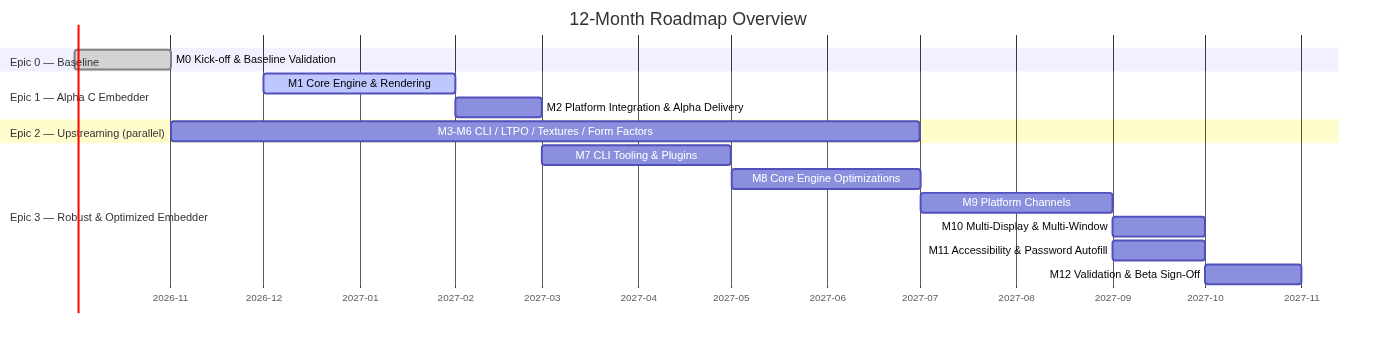
Earlier version of the Mermaid export conferences/oniro-prague-2026/images/roadmap-overview.png (davidinux/pub). Its source is kept beside it as conferences/oniro-prague-2026/diagrams/roadmap-overview.mmd.
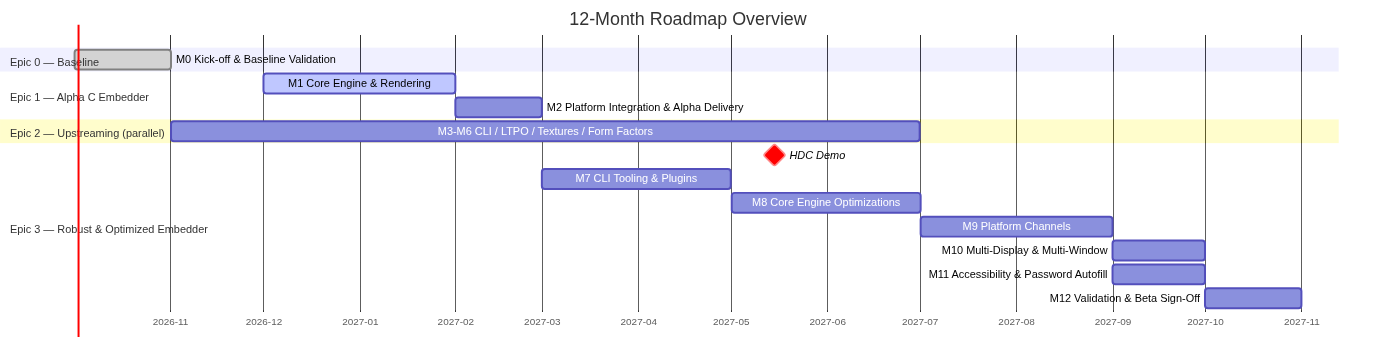
Later version of the same file.

Commit message:
Add highlighted HDC demo milestone (May 2027) to roadmap gantt

Diff of the diagram source:
```diff
@@ -10,6 +10,7 @@
     section Epic 2 — Upstreaming (parallel)
     M3-M6 CLI / LTPO / Textures / Form Factors :m3, 2026-11-01, 8M
     section Epic 3 — Robust & Optimized Embedder
+    HDC Demo :crit, milestone, hdc, 2027-05-15, 0d
     M7 CLI Tooling & Plugins :m7, 2027-03-01, 2M
     M8 Core Engine Optimizations :m8, 2027-05-01, 2M
     M9 Platform Channels :m9, 2027-07-01, 2M
```
